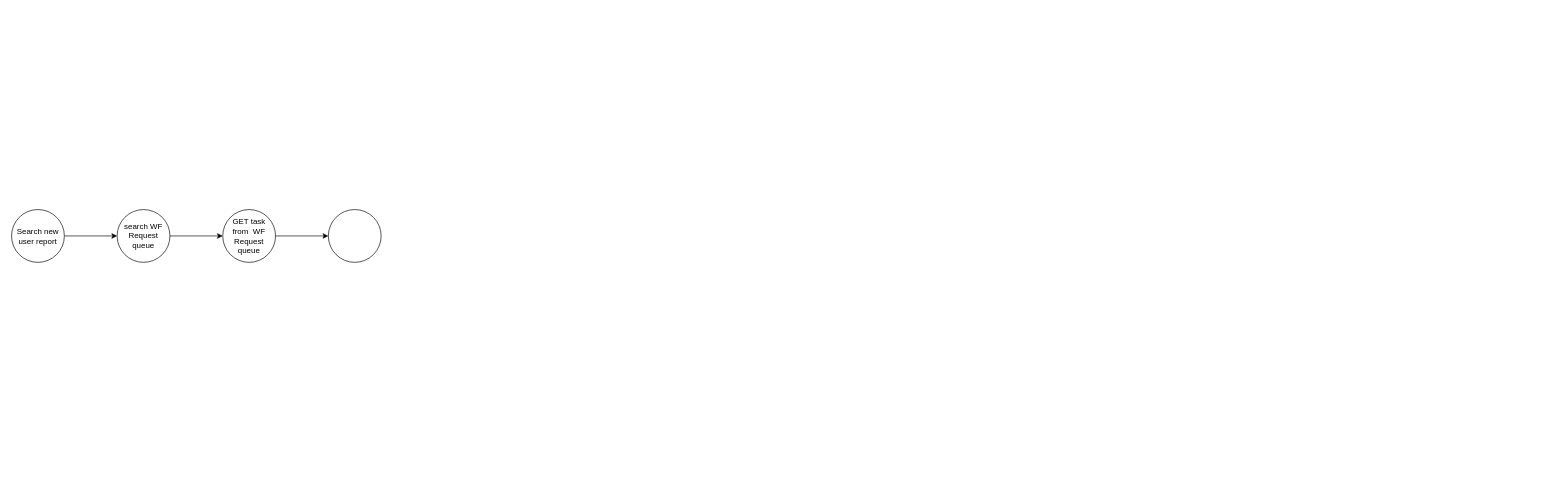
Before: new user fusion.drawio in veltsy86/fusion_automations, a draw.io diagram. Source tidied: cells renumbered, new cells numbered last; positions are measured from the earlier drawing's top-left corner, leaving out a move shared by most shapes. Both pictures are drawn from the tidied source at 66%, with x=0, y=0 at pixel (11, 209).
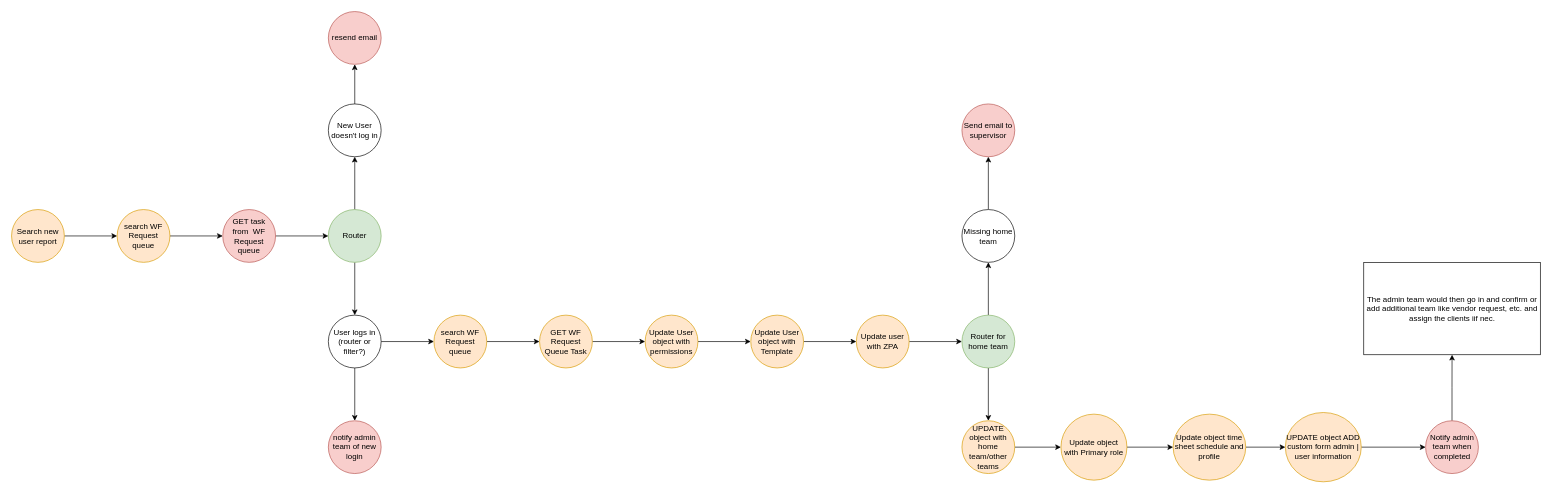
The same page after the edit.

What changed in the source:
```diff
@@
-    <mxCell id="3" value="Search new user report" style="ellipse;whiteSpace=wrap;html=1;" parent="1" vertex="1">
+    <mxCell id="3" value="Search new user report" style="ellipse;whiteSpace=wrap;html=1;fillColor=#ffe6cc;strokeColor=#d79b00;" parent="1" vertex="1">
       <mxGeometry width="80" height="80" as="geometry" />
     </mxCell>
@@
-    <mxCell id="5" value="search WF Request queue" style="ellipse;whiteSpace=wrap;html=1;" parent="1" vertex="1">
+    <mxCell id="5" value="search WF Request queue" style="ellipse;whiteSpace=wrap;html=1;fillColor=#ffe6cc;strokeColor=#d79b00;" parent="1" vertex="1">
       <mxGeometry x="160" width="80" height="80" as="geometry" />
     </mxCell>
@@
-    <mxCell id="7" value="GET task from&amp;nbsp; WF Request queue" style="ellipse;whiteSpace=wrap;html=1;" parent="1" vertex="1">
+    <mxCell id="7" value="GET task from&amp;nbsp; WF Request queue" style="ellipse;whiteSpace=wrap;html=1;fillColor=#f8cecc;strokeColor=#b85450;" parent="1" vertex="1">
       <mxGeometry x="320" width="80" height="80" as="geometry" />
     </mxCell>
+    <mxCell id="9" style="edgeStyle=orthogonalEdgeStyle;rounded=0;jettySize=auto;html=1;" parent="1" edge="1" source="8" target="12">
+      <mxGeometry relative="1" as="geometry" />
+    </mxCell>
+    <mxCell id="10" style="edgeStyle=orthogonalEdgeStyle;rounded=0;jettySize=auto;html=1;" parent="1" edge="1" source="8" target="16">
+      <mxGeometry relative="1" as="geometry" />
+    </mxCell>
-    <mxCell id="8" style="ellipse;whiteSpace=wrap;html=1;" parent="1" vertex="1">
+    <mxCell id="8" value="Router" style="ellipse;whiteSpace=wrap;html=1;fillColor=#d5e8d4;strokeColor=#82b366;" parent="1" vertex="1">
       <mxGeometry x="480" width="80" height="80" as="geometry" />
     </mxCell>
+    <mxCell id="11" style="edgeStyle=orthogonalEdgeStyle;rounded=0;jettySize=auto;html=1;" parent="1" edge="1" source="12" target="13">
+      <mxGeometry relative="1" as="geometry" />
+    </mxCell>
+    <mxCell id="12" value="New User doesn't log in" style="ellipse;whiteSpace=wrap;html=1;" parent="1" vertex="1">
+      <mxGeometry x="480" y="-160" width="80" height="80" as="geometry" />
+    </mxCell>
+    <mxCell id="13" value="resend email" style="ellipse;whiteSpace=wrap;html=1;fillColor=#f8cecc;strokeColor=#b85450;" parent="1" vertex="1">
+      <mxGeometry x="480" y="-300" width="80" height="80" as="geometry" />
+    </mxCell>
+    <mxCell id="14" style="edgeStyle=orthogonalEdgeStyle;rounded=0;jettySize=auto;html=1;" parent="1" edge="1" source="16" target="18">
+      <mxGeometry relative="1" as="geometry" />
+    </mxCell>
+    <mxCell id="15" style="edgeStyle=orthogonalEdgeStyle;rounded=0;jettySize=auto;html=1;" parent="1" edge="1" source="16" target="33">
+      <mxGeometry relative="1" as="geometry" />
+    </mxCell>
+    <mxCell id="16" value="User logs in (router or filter?)" style="ellipse;whiteSpace=wrap;html=1;" parent="1" vertex="1">
+      <mxGeometry x="480" y="160" width="80" height="80" as="geometry" />
+    </mxCell>
+    <mxCell id="17" style="edgeStyle=orthogonalEdgeStyle;rounded=0;jettySize=auto;html=1;" parent="1" edge="1" source="18" target="20">
+      <mxGeometry relative="1" as="geometry" />
+    </mxCell>
+    <mxCell id="18" value="search WF Request queue" style="ellipse;whiteSpace=wrap;html=1;fillColor=#ffe6cc;strokeColor=#d79b00;" parent="1" vertex="1">
+      <mxGeometry x="640" y="160" width="80" height="80" as="geometry" />
+    </mxCell>
+    <mxCell id="19" style="edgeStyle=orthogonalEdgeStyle;rounded=0;jettySize=auto;html=1;" parent="1" edge="1" source="20" target="22">
+      <mxGeometry relative="1" as="geometry" />
+    </mxCell>
+    <mxCell id="20" value="GET WF Request Queue Task" style="ellipse;whiteSpace=wrap;html=1;fillColor=#ffe6cc;strokeColor=#d79b00;" parent="1" vertex="1">
+      <mxGeometry x="800" y="160" width="80" height="80" as="geometry" />
+    </mxCell>
+    <mxCell id="21" style="edgeStyle=orthogonalEdgeStyle;rounded=0;jettySize=auto;html=1;" parent="1" edge="1" source="22" target="24">
+      <mxGeometry relative="1" as="geometry" />
+    </mxCell>
+    <mxCell id="22" value="Update User object with permissions" style="ellipse;whiteSpace=wrap;html=1;fillColor=#ffe6cc;strokeColor=#d79b00;" parent="1" vertex="1">
+      <mxGeometry x="960" y="160" width="80" height="80" as="geometry" />
+    </mxCell>
+    <mxCell id="23" style="edgeStyle=orthogonalEdgeStyle;rounded=0;jettySize=auto;html=1;" parent="1" edge="1" source="24" target="26">
+      <mxGeometry relative="1" as="geometry" />
+    </mxCell>
+    <mxCell id="24" value="Update User object with Template" style="ellipse;whiteSpace=wrap;html=1;fillColor=#ffe6cc;strokeColor=#d79b00;" parent="1" vertex="1">
+      <mxGeometry x="1120" y="160" width="80" height="80" as="geometry" />
+    </mxCell>
+    <mxCell id="25" style="edgeStyle=orthogonalEdgeStyle;rounded=0;jettySize=auto;html=1;" parent="1" edge="1" source="26" target="29">
+      <mxGeometry relative="1" as="geometry" />
+    </mxCell>
+    <mxCell id="26" value="Update user with ZPA" style="ellipse;whiteSpace=wrap;html=1;fillColor=#ffe6cc;strokeColor=#d79b00;" parent="1" vertex="1">
+      <mxGeometry x="1280" y="160" width="80" height="80" as="geometry" />
+    </mxCell>
+    <mxCell id="27" style="edgeStyle=orthogonalEdgeStyle;rounded=0;jettySize=auto;html=1;" parent="1" edge="1" source="29" target="31">
+      <mxGeometry relative="1" as="geometry" />
+    </mxCell>
+    <mxCell id="28" style="edgeStyle=orthogonalEdgeStyle;rounded=0;jettySize=auto;html=1;" parent="1" edge="1" source="29" target="35">
+      <mxGeometry relative="1" as="geometry" />
+    </mxCell>
+    <mxCell id="29" value="Router for home team" style="ellipse;whiteSpace=wrap;html=1;fillColor=#d5e8d4;strokeColor=#82b366;" parent="1" vertex="1">
+      <mxGeometry x="1440" y="160" width="80" height="80" as="geometry" />
+    </mxCell>
+    <mxCell id="30" style="edgeStyle=orthogonalEdgeStyle;rounded=0;jettySize=auto;html=1;" parent="1" edge="1" source="31" target="32">
+      <mxGeometry relative="1" as="geometry" />
+    </mxCell>
+    <mxCell id="31" value="Missing home team" style="ellipse;whiteSpace=wrap;html=1;" parent="1" vertex="1">
+      <mxGeometry x="1440" width="80" height="80" as="geometry" />
+    </mxCell>
+    <mxCell id="32" value="Send email to supervisor" style="ellipse;whiteSpace=wrap;html=1;fillColor=#f8cecc;strokeColor=#b85450;" parent="1" vertex="1">
+      <mxGeometry x="1440" y="-160" width="80" height="80" as="geometry" />
+    </mxCell>
+    <mxCell id="33" value="notify admin team of new login" style="ellipse;whiteSpace=wrap;html=1;fillColor=#f8cecc;strokeColor=#b85450;" parent="1" vertex="1">
+      <mxGeometry x="480" y="320" width="80" height="80" as="geometry" />
+    </mxCell>
+    <mxCell id="34" style="edgeStyle=orthogonalEdgeStyle;rounded=0;jettySize=auto;html=1;" parent="1" edge="1" source="35" target="37">
+      <mxGeometry relative="1" as="geometry" />
+    </mxCell>
+    <mxCell id="35" value="UPDATE object with home team/other teams" style="ellipse;whiteSpace=wrap;html=1;fillColor=#ffe6cc;strokeColor=#d79b00;" parent="1" vertex="1">
+      <mxGeometry x="1440" y="320" width="80" height="80" as="geometry" />
+    </mxCell>
+    <mxCell id="36" style="edgeStyle=orthogonalEdgeStyle;rounded=0;jettySize=auto;html=1;" parent="1" edge="1" source="37" target="39">
+      <mxGeometry relative="1" as="geometry" />
+    </mxCell>
+    <mxCell id="37" value="Update object with Primary role" style="ellipse;whiteSpace=wrap;html=1;fillColor=#ffe6cc;strokeColor=#d79b00;" parent="1" vertex="1">
+      <mxGeometry x="1590" y="310" width="100" height="100" as="geometry" />
+    </mxCell>
+    <mxCell id="38" style="edgeStyle=orthogonalEdgeStyle;rounded=0;jettySize=auto;html=1;" parent="1" edge="1" source="39" target="41">
+      <mxGeometry relative="1" as="geometry" />
+    </mxCell>
+    <mxCell id="39" value="Update object time sheet schedule and profile" style="ellipse;whiteSpace=wrap;html=1;fillColor=#ffe6cc;strokeColor=#d79b00;" parent="1" vertex="1">
+      <mxGeometry x="1760" y="310" width="110" height="100" as="geometry" />
+    </mxCell>
+    <mxCell id="40" style="edgeStyle=orthogonalEdgeStyle;rounded=0;jettySize=auto;html=1;" parent="1" edge="1" source="41" target="43">
+      <mxGeometry relative="1" as="geometry" />
+    </mxCell>
+    <mxCell id="41" value="UPDATE object ADD custom form admin | user information" style="ellipse;whiteSpace=wrap;html=1;direction=south;fillColor=#ffe6cc;strokeColor=#d79b00;" parent="1" vertex="1">
+      <mxGeometry x="1930" y="307.5" width="115" height="105" as="geometry" />
+    </mxCell>
+    <mxCell id="42" style="edgeStyle=orthogonalEdgeStyle;rounded=0;jettySize=auto;html=1;" parent="1" edge="1" source="43" target="44">
+      <mxGeometry relative="1" as="geometry" />
+    </mxCell>
+    <mxCell id="43" value="Notify admin team when completed" style="ellipse;whiteSpace=wrap;html=1;fillColor=#f8cecc;strokeColor=#b85450;" parent="1" vertex="1">
+      <mxGeometry x="2142.5" y="320" width="80" height="80" as="geometry" />
+    </mxCell>
+    <mxCell id="44" value="The admin team would then go in and confirm or add additional team like vendor request, etc. and assign the clients iif nec." style="whiteSpace=wrap;html=1;" parent="1" vertex="1">
+      <mxGeometry x="2048.8" y="80" width="267.5" height="140" as="geometry" />
+    </mxCell>
```
